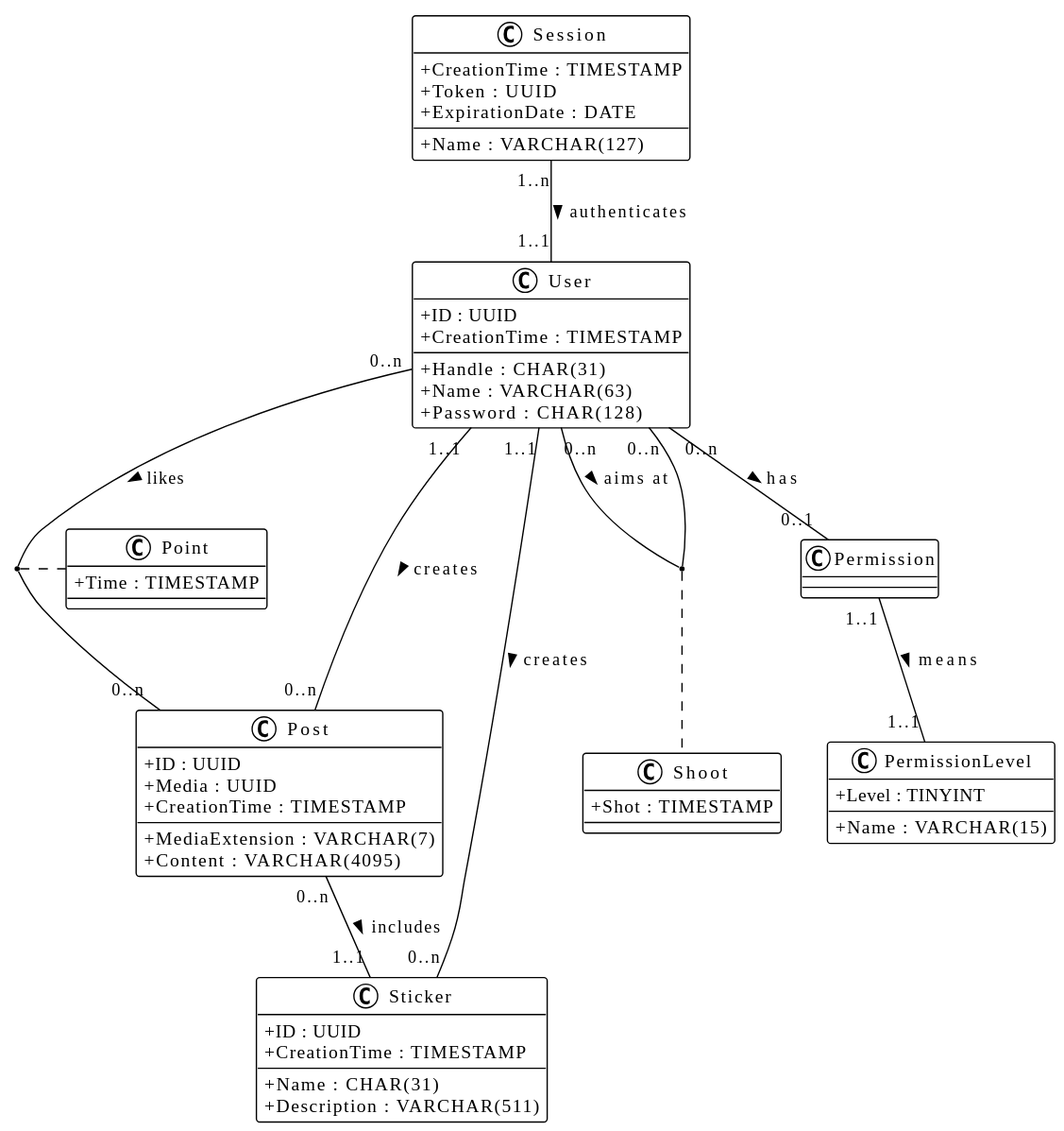
Before: doc/hiddlestickUML.svg, a diagram exported from PlantUML (luca-baeck/Soziales-Netzwerk). Source of this version:
```plantuml
@startuml
!theme plain
skinparam ClassAttributeIconSize 0

class User{
    + ID : UUID
    + Handle : CHAR(31)
    + Name : VARCHAR(63)
    + Password : CHAR(128)
    + CreationTime : TIMESTAMP
}

class Post{
    + ID : UUID
    + Media : UUID
    + MediaExtension : VARCHAR(7)
    + Content : VARCHAR(4095)
    + CreationTime : TIMESTAMP
}

class Sticker{
    + ID : UUID
    + Name : CHAR(31)
    + Description : VARCHAR(511)
    + CreationTime : TIMESTAMP
}

User "0..n" -- "0..n" User : aims at >
(User, User) . Shoot
User "1..1" -- "0..n" Post : creates >
User "1..1" -- "0..n" Sticker : creates >
Post "0..n" -- "1..1" Sticker : includes >
User "0..n" -- "0..n" Post : likes >
Session "1..n" -- "1..1" User : authenticates >
User "0..n" -- "0..1" Permission : has >
Permission "1..1" -- "1..1" PermissionLevel : means >
(User, Post) . Point

class Shoot{
    + Shot : TIMESTAMP
}

class Point{
    + Time : TIMESTAMP
}

class Session{
    + CreationTime : TIMESTAMP
    + Name : VARCHAR(127)
    + Token : UUID
    + ExpirationDate : DATE
}

class Permission{
}

class PermissionLevel{
    + Level : TINYINT
    + Name : VARCHAR(15)
}
@enduml
```
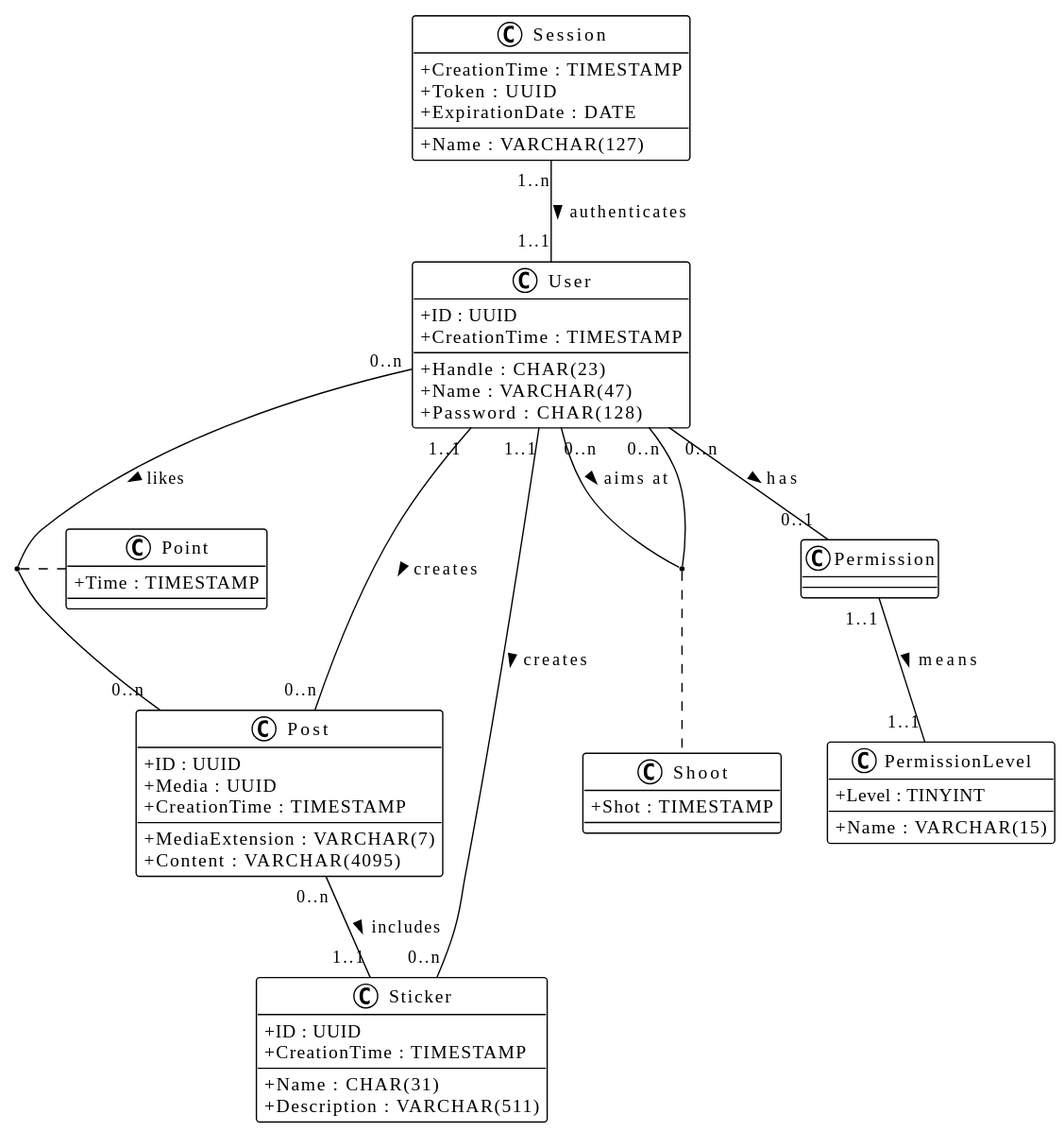
The same diagram one commit later.

Commit message:
Reduced allowed length of handle and name for user

Diff of the diagram source:
```diff
@@ -4,8 +4,8 @@
 
 class User{
     + ID : UUID
-    + Handle : CHAR(31)
-    + Name : VARCHAR(63)
+    + Handle : CHAR(23)
+    + Name : VARCHAR(47)
     + Password : CHAR(128)
     + CreationTime : TIMESTAMP
 }
```
